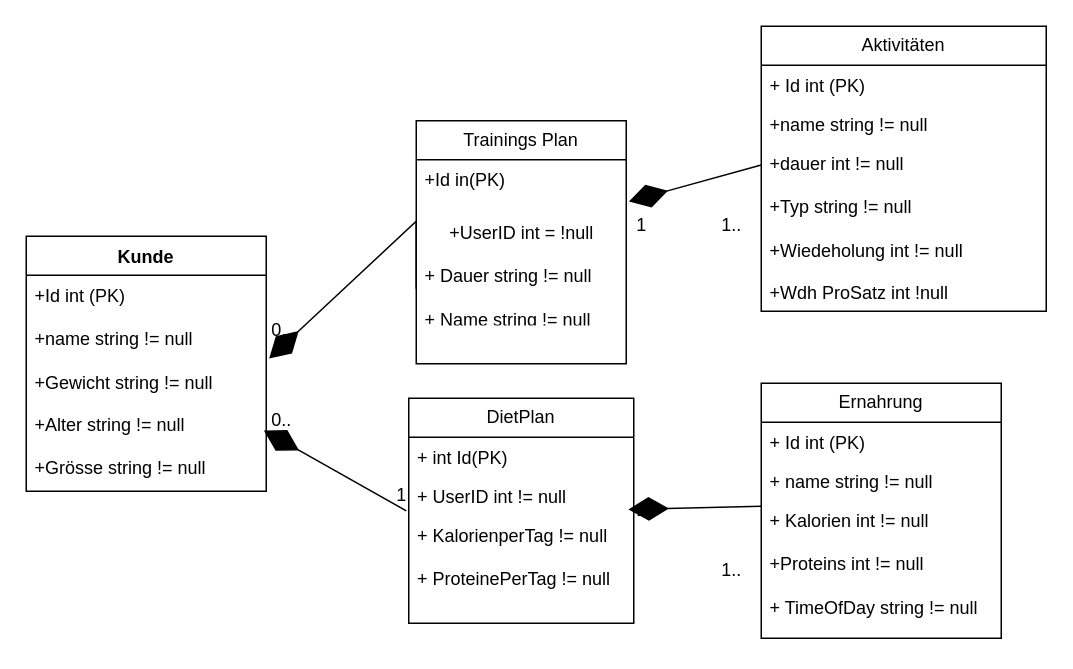
Before: Unbenanntes Diagramm.drawio in ErayAlish/ConsoleApp5, a draw.io diagram. Source tidied: cells renumbered, new cells numbered last; positions are measured from the earlier drawing's top-left corner, leaving out a move shared by most shapes. Both pictures are drawn from the tidied source at 150%, with x=0, y=0 at pixel (26, 26).
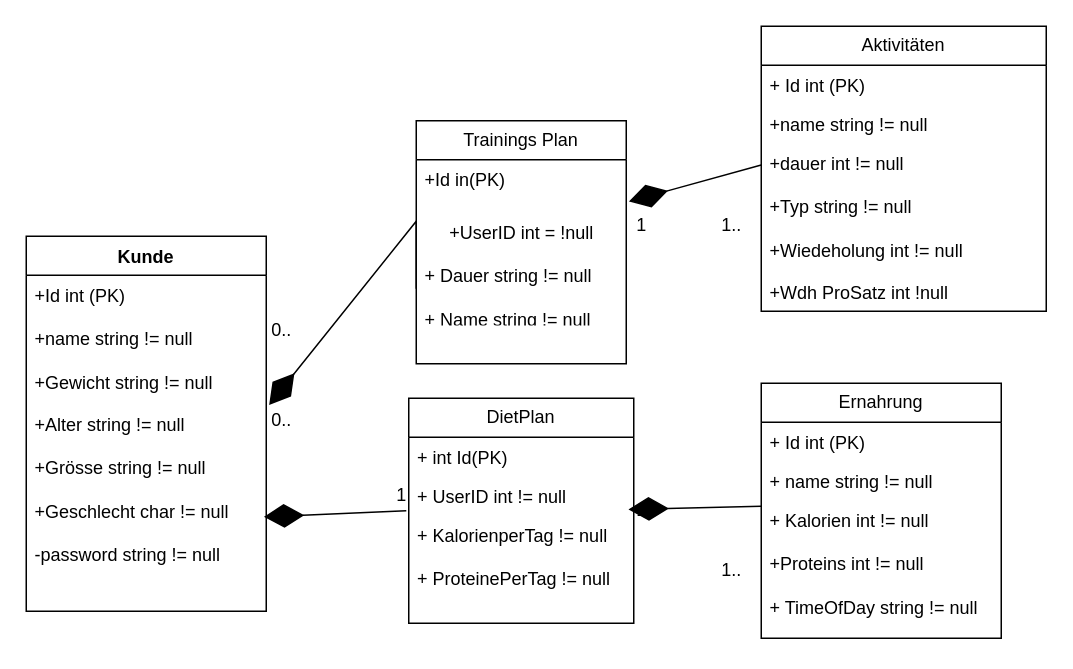
The same page after the edit.

Diff of the diagram source:
```diff
@@
     <mxCell id="7" value="Kunde" style="swimlane;fontStyle=1;align=center;verticalAlign=top;horizontal=1;startSize=26;whiteSpace=wrap;html=1;" parent="1" vertex="1">
-      <mxGeometry y="140" width="160" height="170" as="geometry" />
+      <mxGeometry y="140" width="160" height="250" as="geometry" />
     </mxCell>
-    <mxCell id="8" value="+Id int (PK)&lt;div&gt;&lt;br&gt;&lt;/div&gt;&lt;div&gt;+name string != null&lt;/div&gt;&lt;div&gt;&lt;br&gt;&lt;/div&gt;&lt;div&gt;+Gewicht string != null&lt;/div&gt;&lt;div&gt;&lt;br&gt;&lt;/div&gt;&lt;div&gt;+Alter string != null&lt;/div&gt;&lt;div&gt;&lt;br&gt;&lt;/div&gt;&lt;div&gt;+Grösse string != null&amp;nbsp;&lt;/div&gt;&lt;div&gt;&lt;br&gt;&lt;/div&gt;&lt;div&gt;&lt;br&gt;&lt;/div&gt;" style="text;strokeColor=none;fillColor=none;align=left;verticalAlign=top;spacingLeft=4;spacingRight=4;overflow=hidden;points=[[0,0.5],[1,0.5]];portConstraint=eastwest;whiteSpace=wrap;html=1;" parent="7" vertex="1">
-      <mxGeometry y="26" width="160" height="144" as="geometry" />
+    <mxCell id="8" value="+Id int (PK)&lt;div&gt;&lt;br&gt;&lt;/div&gt;&lt;div&gt;+name string != null&lt;/div&gt;&lt;div&gt;&lt;br&gt;&lt;/div&gt;&lt;div&gt;+Gewicht string != null&lt;/div&gt;&lt;div&gt;&lt;br&gt;&lt;/div&gt;&lt;div&gt;+Alter string != null&lt;/div&gt;&lt;div&gt;&lt;br&gt;&lt;/div&gt;&lt;div&gt;+Grösse string != null&lt;/div&gt;&lt;div&gt;&lt;br&gt;&lt;/div&gt;&lt;div&gt;+Geschlecht char != null&lt;/div&gt;&lt;div&gt;&lt;span style=&quot;background-color: initial;&quot;&gt;&lt;br&gt;&lt;/span&gt;&lt;/div&gt;&lt;div&gt;&lt;span style=&quot;background-color: initial;&quot;&gt;-password string != null&amp;nbsp;&lt;/span&gt;&lt;/div&gt;&lt;div&gt;&lt;br&gt;&lt;/div&gt;&lt;div&gt;&lt;br&gt;&lt;/div&gt;" style="text;strokeColor=none;fillColor=none;align=left;verticalAlign=top;spacingLeft=4;spacingRight=4;overflow=hidden;points=[[0,0.5],[1,0.5]];portConstraint=eastwest;whiteSpace=wrap;html=1;" parent="7" vertex="1">
+      <mxGeometry y="26" width="160" height="224" as="geometry" />
     </mxCell>
```
